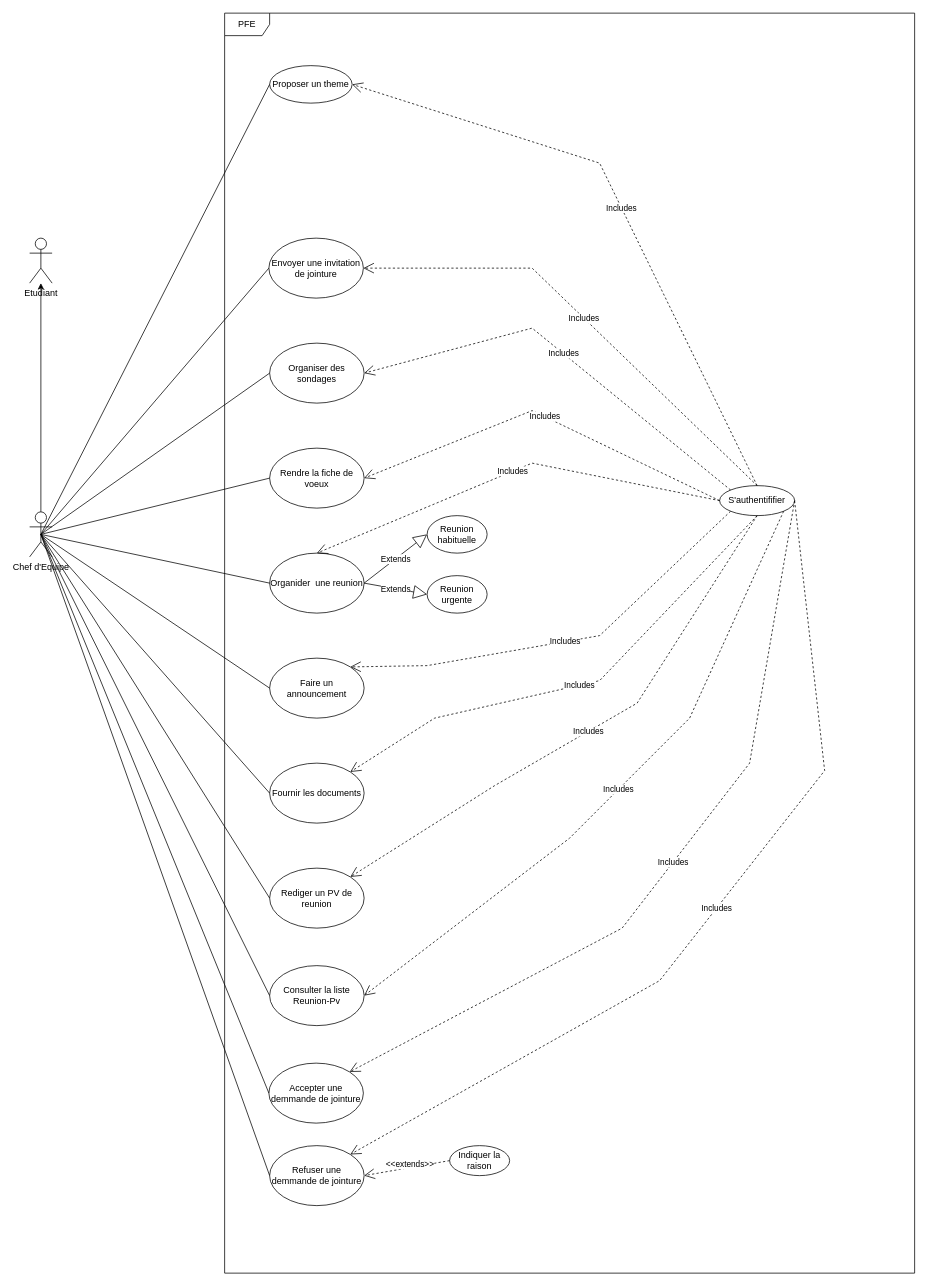
Above: diagrams/useCaseChefEquipe.drawio in stormsidali2001/PFE_third_year_school_project_front (draw.io), before the change. Source tidied: cells renumbered, new cells numbered last; positions are measured from the earlier drawing's top-left corner, leaving out a move shared by most shapes. Both pictures are drawn from the tidied source at 75%, with x=0, y=0 at pixel (29, 13).
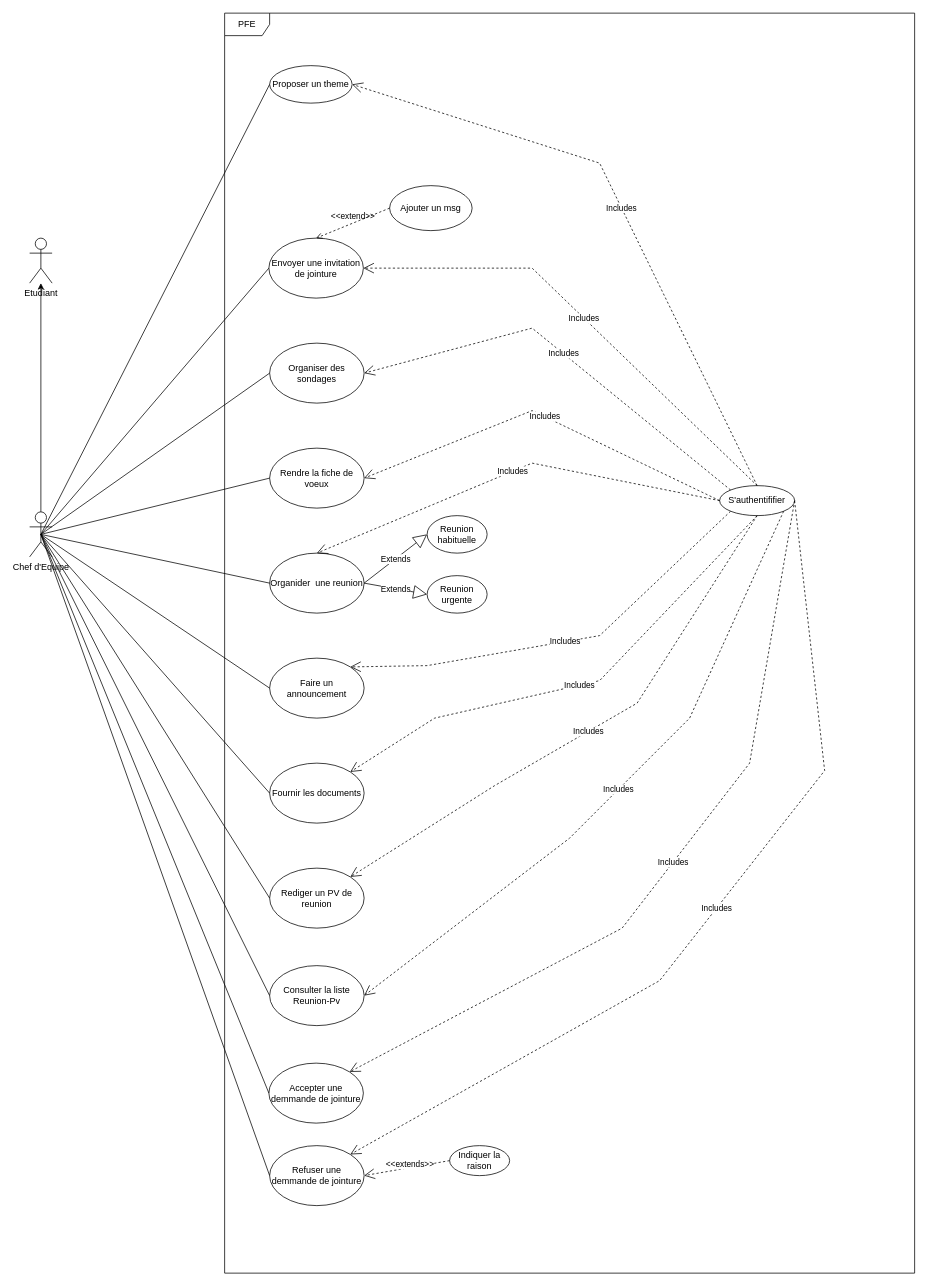
Above is the later version.

The change refers to these unchanged cells:
```xml
<mxCell id="7" value="Envoyer une invitation de jointure" style="ellipse;whiteSpace=wrap;html=1;" parent="1" vertex="1">
  <mxGeometry x="319" y="300" width="126" height="80" as="geometry" />
</mxCell>
```

What changed in the source:
```diff
@@
+    <mxCell id="46" value="Ajouter un msg" style="ellipse;whiteSpace=wrap;html=1;" parent="1" vertex="1">
+      <mxGeometry x="480" y="230" width="110" height="60" as="geometry" />
+    </mxCell>
+    <mxCell id="47" value="&amp;lt;&amp;lt;extend&amp;gt;&amp;gt;" style="html=1;verticalAlign=bottom;labelBackgroundColor=none;endArrow=open;endFill=0;dashed=1;rounded=0;entryX=0.5;entryY=0;entryDx=0;entryDy=0;exitX=0;exitY=0.5;exitDx=0;exitDy=0;" parent="1" edge="1" source="46" target="7">
+      <mxGeometry relative="1" as="geometry" />
+    </mxCell>
```
